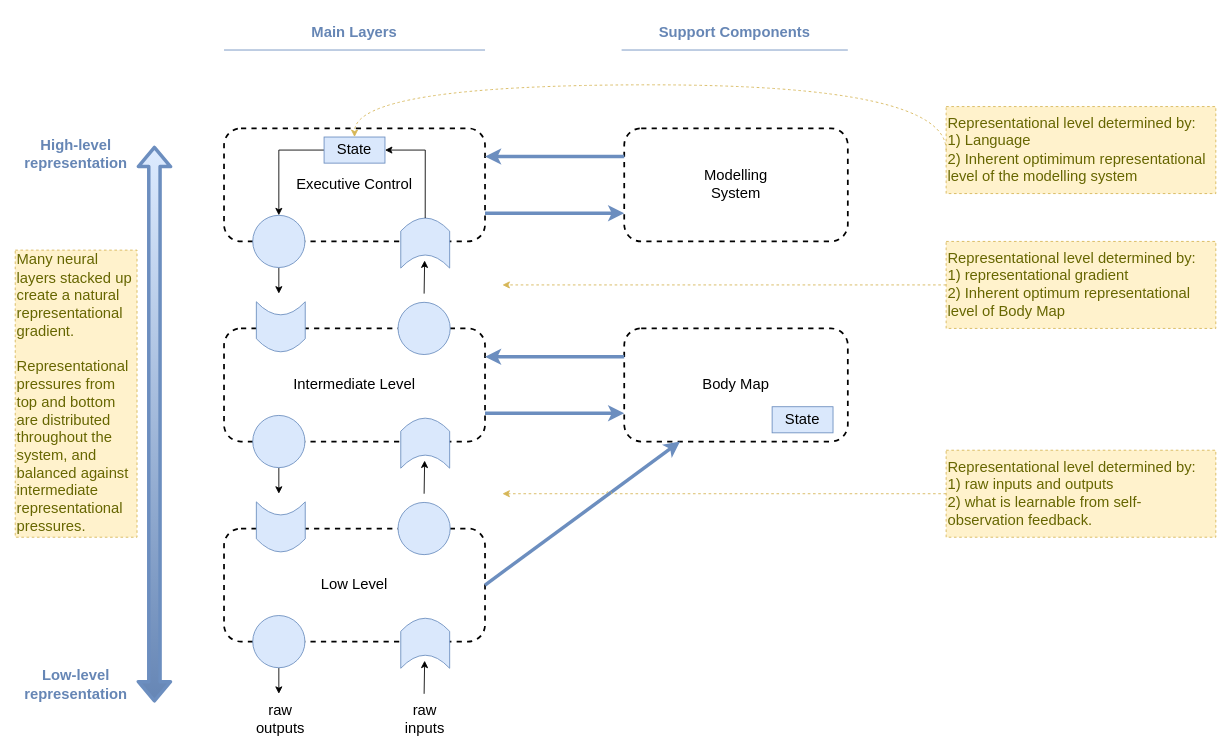
The draw.io diagram page "motor-control-layers" (7 of 8) of files/An-agi-architecture-v1.drawio in malcolmlett/malcolmlett.github.io, before the edit. Source tidied: cells renumbered, new cells numbered last; positions are measured from the earlier drawing's top-left corner, leaving out a move shared by most shapes. Both pictures are drawn from the tidied source at 87%, with x=0, y=0 at pixel (15, 15).
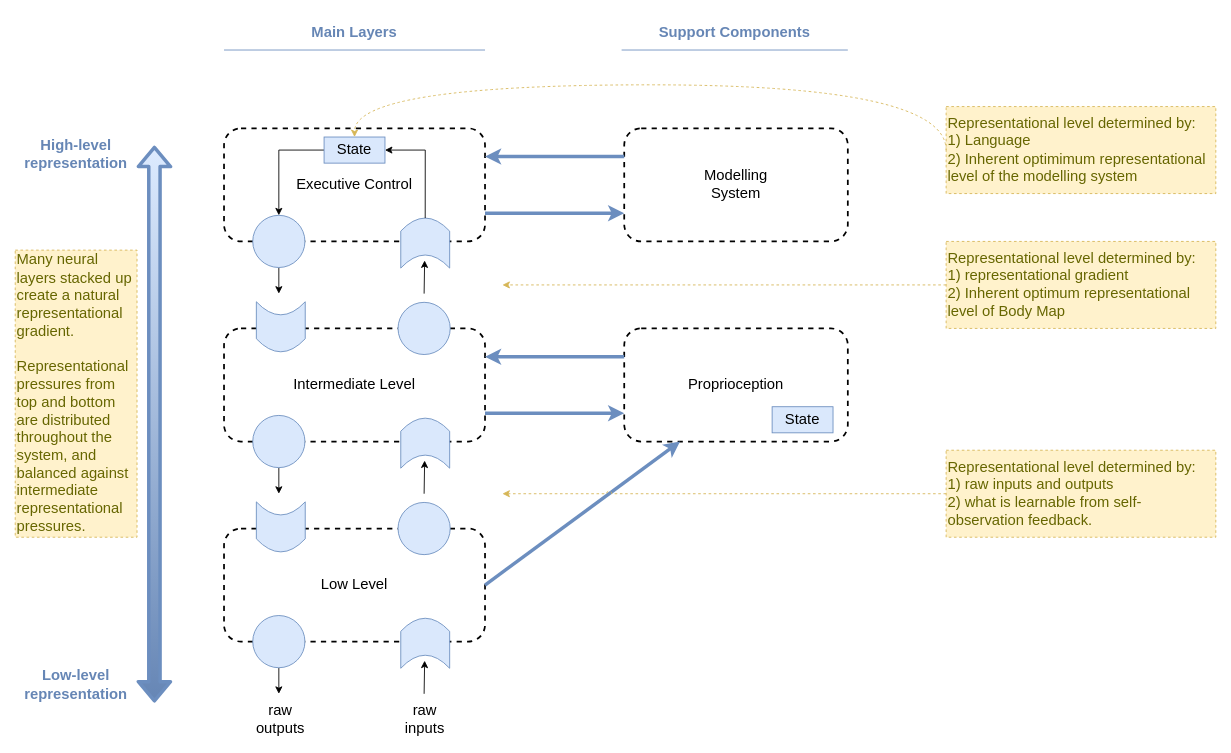
The same diagram, later.

Change to the diagram source:
```diff
@@
-    <mxCell id="21" value="Body Map" style="rounded=1;whiteSpace=wrap;html=1;fillColor=none;dashed=1;strokeWidth=2;fontSize=17;" parent="1" vertex="1">
+    <mxCell id="21" value="Proprioception" style="rounded=1;whiteSpace=wrap;html=1;fillColor=none;dashed=1;strokeWidth=2;fontSize=17;" parent="1" vertex="1">
       <mxGeometry x="700" y="360" width="257" height="130" as="geometry" />
     </mxCell>
```
